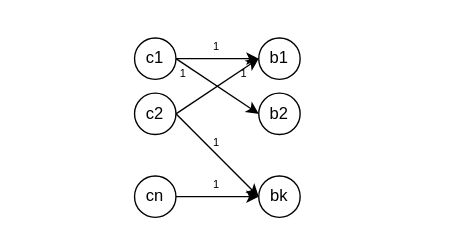
This is 未命名绘图.drawio from Eren-Jeager123/Algorithm, a draw.io file, before an edit. Source tidied: cells renumbered, new cells numbered last; positions are measured from the earlier drawing's top-left corner, leaving out a move shared by most shapes. Both pictures are drawn from the tidied source at 138%, with x=0, y=0 at pixel (134, 23).
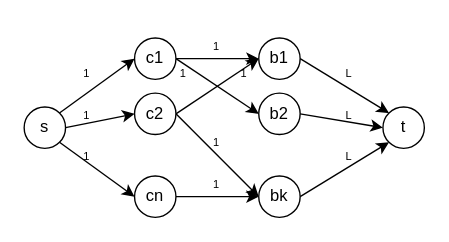
The same diagram, later.

Commit message (it also covers changes not shown here):
更新未命名绘图.drawio

Unchanged cells that the change refers to:
```xml
<mxCell id="4" value="c1" style="ellipse;whiteSpace=wrap;html=1;" parent="1" vertex="1">
  <mxGeometry y="10" width="30" height="30" as="geometry" />
</mxCell>
<mxCell id="7" value="c2" style="ellipse;whiteSpace=wrap;html=1;" parent="1" vertex="1">
  <mxGeometry y="50" width="30" height="30" as="geometry" />
</mxCell>
<mxCell id="9" value="cn" style="ellipse;whiteSpace=wrap;html=1;" parent="1" vertex="1">
  <mxGeometry y="110" width="30" height="30" as="geometry" />
</mxCell>
<mxCell id="10" value="b1" style="ellipse;whiteSpace=wrap;html=1;" parent="1" vertex="1">
  <mxGeometry x="90" y="10" width="30" height="30" as="geometry" />
</mxCell>
<mxCell id="11" value="b2" style="ellipse;whiteSpace=wrap;html=1;" parent="1" vertex="1">
  <mxGeometry x="90" y="50" width="30" height="30" as="geometry" />
</mxCell>
<mxCell id="12" value="bk" style="ellipse;whiteSpace=wrap;html=1;" parent="1" vertex="1">
  <mxGeometry x="90" y="110" width="30" height="30" as="geometry" />
</mxCell>
```

Diff of the diagram source:
```diff
@@
+    <mxCell id="18" style="rounded=0;jettySize=auto;html=1;exitX=1;exitY=0.5;exitDx=0;exitDy=0;entryX=0;entryY=0;entryDx=0;entryDy=0;" parent="1" edge="1" source="10" target="25">
+      <mxGeometry relative="1" as="geometry" />
+    </mxCell>
@@
+    <mxCell id="19" style="rounded=0;jettySize=auto;html=1;exitX=1;exitY=0.5;exitDx=0;exitDy=0;entryX=0;entryY=0.5;entryDx=0;entryDy=0;" parent="1" edge="1" source="11" target="25">
+      <mxGeometry relative="1" as="geometry" />
+    </mxCell>
@@
+    <mxCell id="20" style="rounded=0;jettySize=auto;html=1;exitX=1;exitY=0.5;exitDx=0;exitDy=0;entryX=0;entryY=1;entryDx=0;entryDy=0;" parent="1" edge="1" source="12" target="25">
+      <mxGeometry relative="1" as="geometry" />
+    </mxCell>
@@
+    <mxCell id="21" style="rounded=0;jettySize=auto;html=1;exitX=1;exitY=0;exitDx=0;exitDy=0;entryX=0;entryY=0.5;entryDx=0;entryDy=0;" parent="1" edge="1" source="24" target="4">
+      <mxGeometry relative="1" as="geometry" />
+    </mxCell>
+    <mxCell id="22" style="rounded=0;jettySize=auto;html=1;exitX=1;exitY=0.5;exitDx=0;exitDy=0;entryX=0;entryY=0.5;entryDx=0;entryDy=0;" parent="1" edge="1" source="24" target="7">
+      <mxGeometry relative="1" as="geometry" />
+    </mxCell>
+    <mxCell id="23" style="rounded=0;jettySize=auto;html=1;exitX=1;exitY=1;exitDx=0;exitDy=0;entryX=0;entryY=0.5;entryDx=0;entryDy=0;" parent="1" edge="1" source="24" target="9">
+      <mxGeometry relative="1" as="geometry" />
+    </mxCell>
+    <mxCell id="24" value="s" style="ellipse;whiteSpace=wrap;html=1;" parent="1" vertex="1">
+      <mxGeometry x="-80" y="60" width="30" height="30" as="geometry" />
+    </mxCell>
+    <mxCell id="25" value="t" style="ellipse;whiteSpace=wrap;html=1;" parent="1" vertex="1">
+      <mxGeometry x="180" y="60" width="30" height="30" as="geometry" />
+    </mxCell>
+    <mxCell id="26" value="&lt;font style=&quot;font-size: 8px;&quot;&gt;L&lt;/font&gt;" style="text;html=1;align=center;verticalAlign=middle;strokeColor=none;fillColor=none;" parent="1" vertex="1">
+      <mxGeometry x="140" y="20" width="30" height="30" as="geometry" />
+    </mxCell>
+    <mxCell id="27" value="&lt;font style=&quot;font-size: 8px;&quot;&gt;L&lt;/font&gt;" style="text;html=1;align=center;verticalAlign=middle;strokeColor=none;fillColor=none;" parent="1" vertex="1">
+      <mxGeometry x="140" y="50" width="30" height="30" as="geometry" />
+    </mxCell>
+    <mxCell id="28" value="&lt;font style=&quot;font-size: 8px;&quot;&gt;L&lt;/font&gt;" style="text;html=1;align=center;verticalAlign=middle;strokeColor=none;fillColor=none;" parent="1" vertex="1">
+      <mxGeometry x="140" y="80" width="30" height="30" as="geometry" />
+    </mxCell>
+    <mxCell id="29" value="&lt;font style=&quot;font-size: 8px;&quot;&gt;1&lt;/font&gt;" style="text;html=1;align=center;verticalAlign=middle;strokeColor=none;fillColor=none;" parent="1" vertex="1">
+      <mxGeometry x="-50" y="20" width="30" height="30" as="geometry" />
+    </mxCell>
+    <mxCell id="30" value="&lt;font style=&quot;font-size: 8px;&quot;&gt;1&lt;/font&gt;" style="text;html=1;align=center;verticalAlign=middle;strokeColor=none;fillColor=none;" parent="1" vertex="1">
+      <mxGeometry x="-50" y="50" width="30" height="30" as="geometry" />
+    </mxCell>
+    <mxCell id="31" value="&lt;font style=&quot;font-size: 8px;&quot;&gt;1&lt;/font&gt;" style="text;html=1;align=center;verticalAlign=middle;strokeColor=none;fillColor=none;" parent="1" vertex="1">
+      <mxGeometry x="-50" y="80" width="30" height="30" as="geometry" />
+    </mxCell>
```
